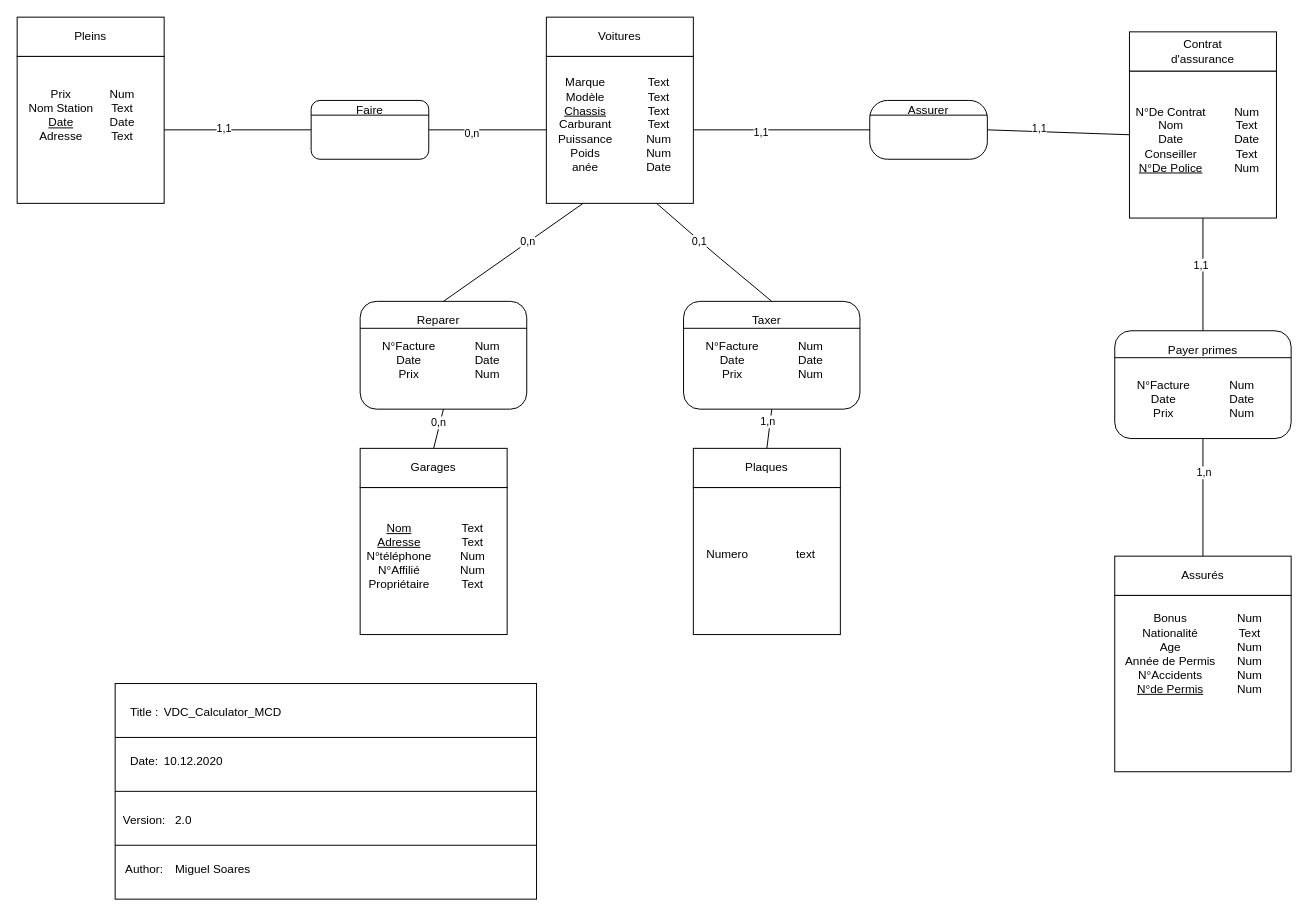
Above: Docs/MCD-MLD/MCD_VDC.drawio in alhelo-93/ProjetAppMobile (draw.io), before the change. Source tidied: cells renumbered, new cells numbered last; positions are measured from the earlier drawing's top-left corner, leaving out a move shared by most shapes. Both pictures are drawn from the tidied source at 98%, with x=0, y=0 at pixel (17, 17).
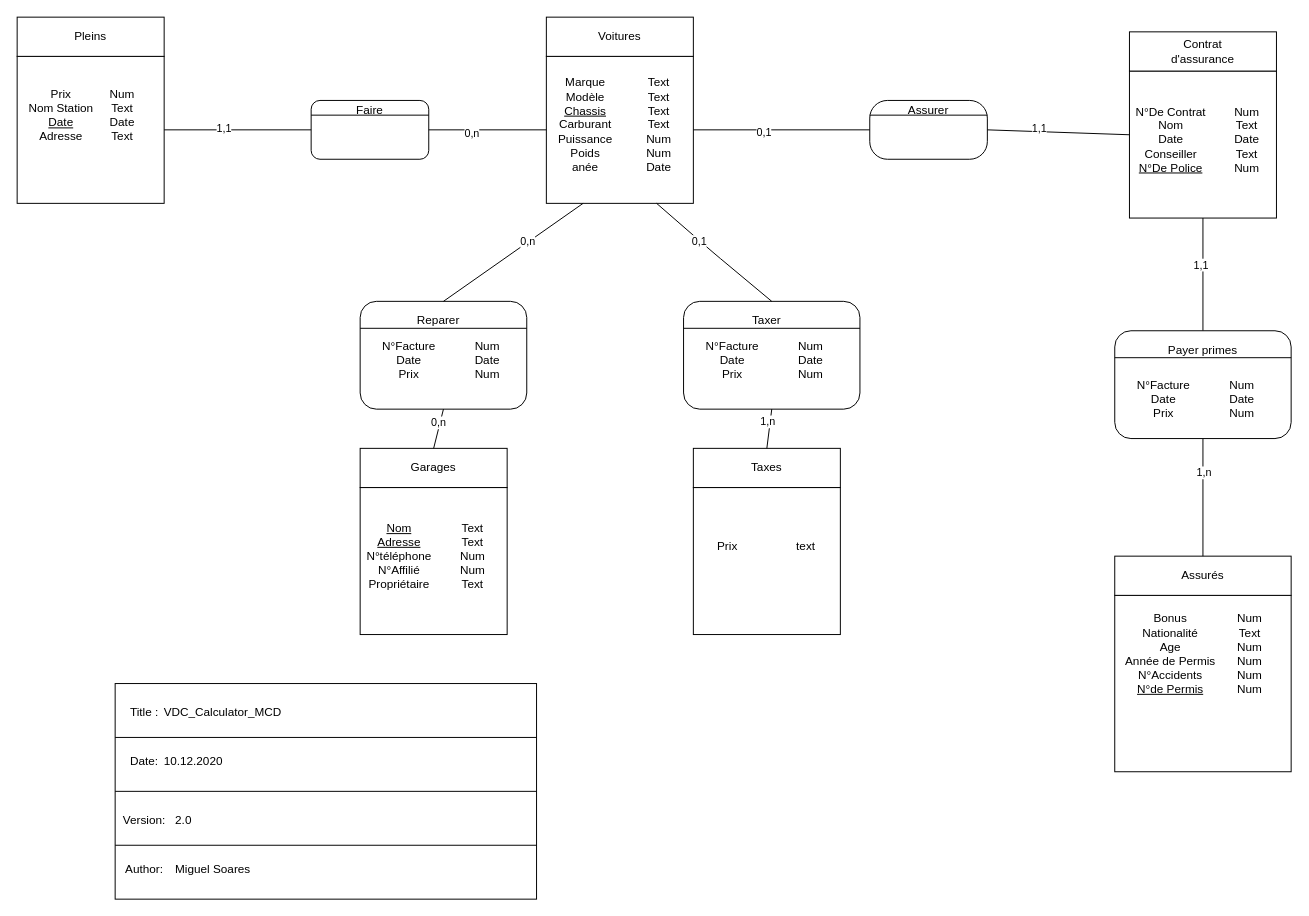
Above is the later version.

Unchanged cells that the change refers to:
```xml
<mxCell id="8" style="group;" parent="1" vertex="1">
  <mxGeometry x="690" y="440" width="150" height="190" as="geometry" />
</mxCell>
<mxCell id="39" style="endArrow=none;html=1;entryX=0;entryY=0.5;entryDx=0;entryDy=0;exitX=1;exitY=0.5;exitDx=0;exitDy=0;" parent="1" edge="1" source="27" target="38">
  <mxGeometry relative="1" as="geometry" />
</mxCell>
```

The edit, as a diff of the source:
```diff
@@
-    <mxCell id="11" value="Plaques" style="text;html=1;strokeColor=none;fillColor=none;align=center;verticalAlign=middle;whiteSpace=wrap;rounded=0;" parent="8" vertex="1">
+    <mxCell id="11" value="Taxes" style="text;html=1;strokeColor=none;fillColor=none;align=center;verticalAlign=middle;whiteSpace=wrap;rounded=0;" parent="8" vertex="1">
       <mxGeometry x="55" y="10" width="40" height="20" as="geometry" />
     </mxCell>
-    <mxCell id="12" value="&lt;br&gt;Numero" style="text;html=1;strokeColor=none;fillColor=none;align=center;verticalAlign=middle;whiteSpace=wrap;rounded=0;" parent="8" vertex="1">
+    <mxCell id="12" value="Prix" style="text;html=1;strokeColor=none;fillColor=none;align=center;verticalAlign=middle;whiteSpace=wrap;rounded=0;" parent="8" vertex="1">
       <mxGeometry x="15" y="90" width="40" height="20" as="geometry" />
     </mxCell>
-    <mxCell id="13" value="&lt;br&gt;text" style="text;html=1;strokeColor=none;fillColor=none;align=center;verticalAlign=middle;whiteSpace=wrap;rounded=0;" parent="8" vertex="1">
+    <mxCell id="13" value="text" style="text;html=1;strokeColor=none;fillColor=none;align=center;verticalAlign=middle;whiteSpace=wrap;rounded=0;" parent="8" vertex="1">
       <mxGeometry x="95" y="90" width="40" height="20" as="geometry" />
     </mxCell>
@@
-    <mxCell id="40" value="1,1" style="edgeLabel;html=1;align=center;verticalAlign=middle;" parent="39" vertex="1">
-      <mxGeometry x="-0.24" y="-2" relative="1" as="geometry" />
+    <mxCell id="40" value="0,1" style="edgeLabel;html=1;align=center;verticalAlign=middle;" parent="39" vertex="1">
+      <mxGeometry x="-0.24" y="-2" relative="1" as="geometry">
+        <mxPoint x="3" as="offset" />
+      </mxGeometry>
     </mxCell>
```
